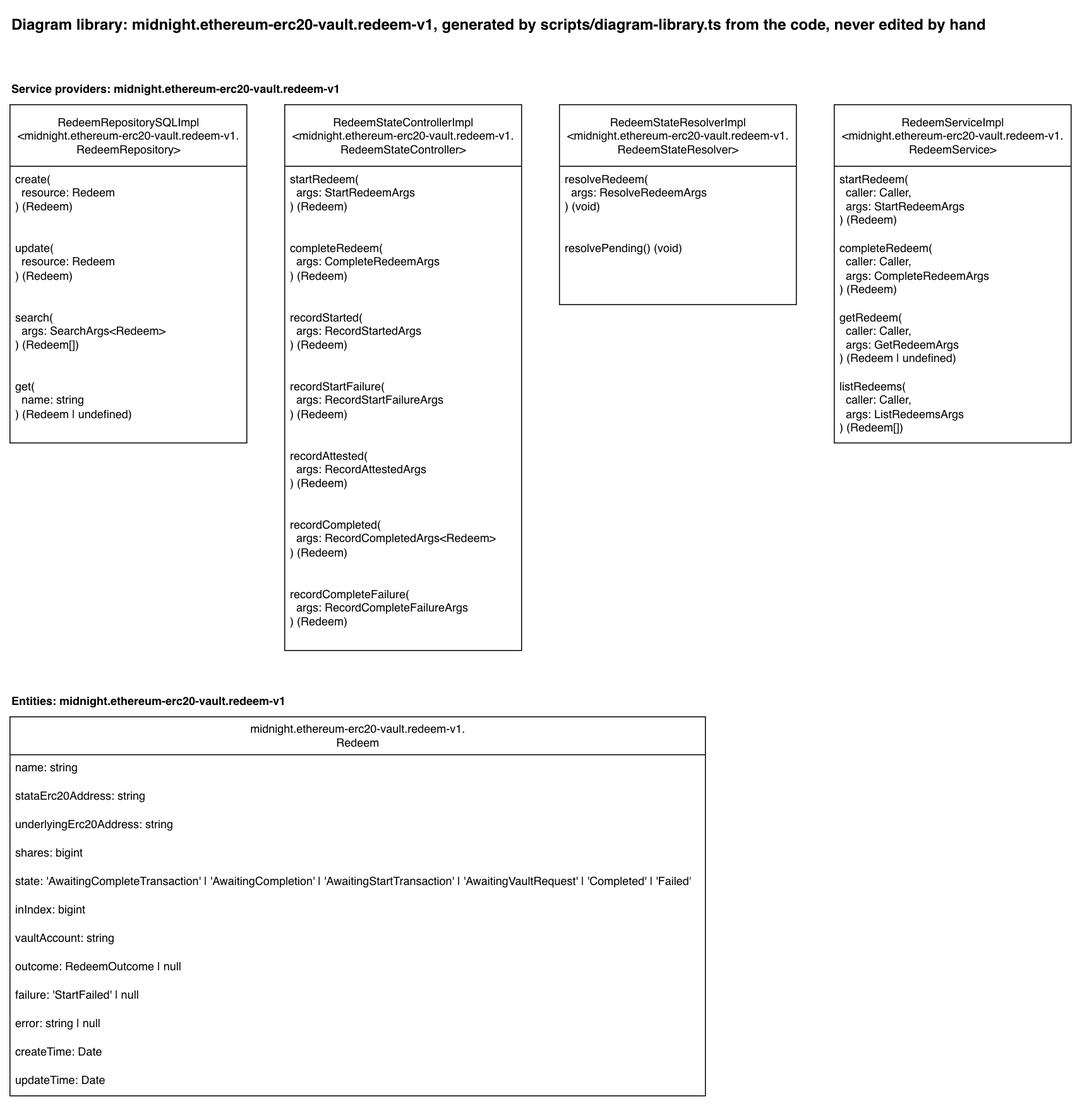
Before: docs/diagram-library/midnight/ethereum-erc20-vault/redeem-v1/diagram-library.drawio.png, a diagram exported from draw.io (sig-net/full-stack-demo). Source tidied: cells renumbered, new cells last; positions are measured from the earlier drawing's top-left corner, leaving out a move shared by most shapes.
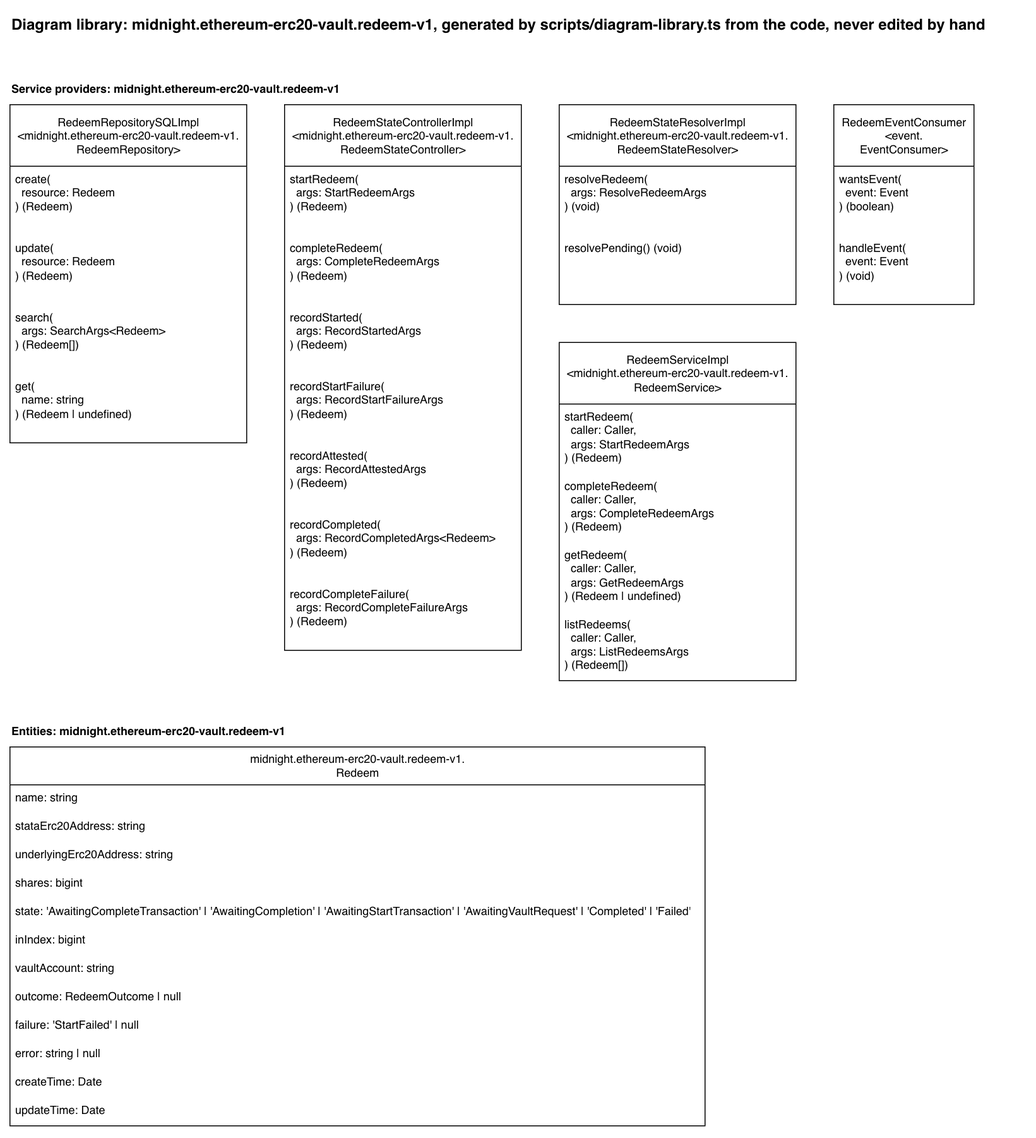
After the commit.

What changed in the source:
```diff
@@ -57,7 +57,7 @@
       <mxGeometry y="138" width="250" height="73" as="geometry" />
     </mxCell>
     <mxCell id="20" value="RedeemServiceImpl&lt;br&gt;&amp;lt;midnight.ethereum-erc20-vault.redeem-v1.&lt;br&gt;RedeemService&amp;gt;" style="swimlane;fontStyle=0;horizontal=1;startSize=65;fillColor=default;html=1;fillStyle=solid;" parent="1" vertex="1">
-      <mxGeometry x="870" y="100" width="250" height="357" as="geometry" />
+      <mxGeometry x="580" y="351" width="250" height="357" as="geometry" />
     </mxCell>
     <mxCell id="21" value="startRedeem(&lt;br&gt;&amp;nbsp; caller: Caller,&lt;br&gt;&amp;nbsp; args: StartRedeemArgs&lt;br&gt;) (Redeem)" style="text;strokeColor=none;fillColor=none;align=left;verticalAlign=top;spacingLeft=4;spacingRight=4;overflow=hidden;whiteSpace=wrap;html=1;" parent="20" vertex="1">
       <mxGeometry y="65" width="250" height="73" as="geometry" />
@@ -71,11 +71,20 @@
     <mxCell id="24" value="listRedeems(&lt;br&gt;&amp;nbsp; caller: Caller,&lt;br&gt;&amp;nbsp; args: ListRedeemsArgs&lt;br&gt;) (Redeem[])" style="text;strokeColor=none;fillColor=none;align=left;verticalAlign=top;spacingLeft=4;spacingRight=4;overflow=hidden;whiteSpace=wrap;html=1;" parent="20" vertex="1">
       <mxGeometry y="284" width="250" height="73" as="geometry" />
     </mxCell>
+    <mxCell id="39" value="RedeemEventConsumer&lt;br&gt;&amp;lt;event.&lt;br&gt;EventConsumer&amp;gt;" style="swimlane;fontStyle=0;horizontal=1;startSize=65;fillColor=default;html=1;fillStyle=solid;" parent="1" vertex="1">
+      <mxGeometry x="870" y="100" width="148" height="211" as="geometry" />
+    </mxCell>
+    <mxCell id="40" value="wantsEvent(&lt;br&gt;&amp;nbsp; event: Event&lt;br&gt;) (boolean)" style="text;strokeColor=none;fillColor=none;align=left;verticalAlign=top;spacingLeft=4;spacingRight=4;overflow=hidden;whiteSpace=wrap;html=1;" parent="39" vertex="1">
+      <mxGeometry y="65" width="148" height="73" as="geometry" />
+    </mxCell>
+    <mxCell id="41" value="handleEvent(&lt;br&gt;&amp;nbsp; event: Event&lt;br&gt;) (void)" style="text;strokeColor=none;fillColor=none;align=left;verticalAlign=top;spacingLeft=4;spacingRight=4;overflow=hidden;whiteSpace=wrap;html=1;" parent="39" vertex="1">
+      <mxGeometry y="138" width="148" height="73" as="geometry" />
+    </mxCell>
     <mxCell id="25" value="Entities: midnight.ethereum-erc20-vault.redeem-v1" style="text;html=1;fontStyle=1;" parent="1" vertex="1">
-      <mxGeometry y="716" width="317" height="20" as="geometry" />
+      <mxGeometry y="748" width="317" height="20" as="geometry" />
     </mxCell>
     <mxCell id="26" value="midnight.ethereum-erc20-vault.redeem-v1.&lt;br&gt;Redeem" style="swimlane;fontStyle=0;horizontal=1;startSize=40;fillColor=default;html=1;fillStyle=solid;" parent="1" vertex="1">
-      <mxGeometry y="746" width="734" height="400" as="geometry" />
+      <mxGeometry y="778" width="734" height="400" as="geometry" />
     </mxCell>
     <mxCell id="27" value="name: string" style="text;strokeColor=none;fillColor=none;align=left;verticalAlign=top;spacingLeft=4;spacingRight=4;overflow=hidden;whiteSpace=wrap;html=1;" parent="26" vertex="1">
       <mxGeometry y="40" width="734" height="30" as="geometry" />
```
